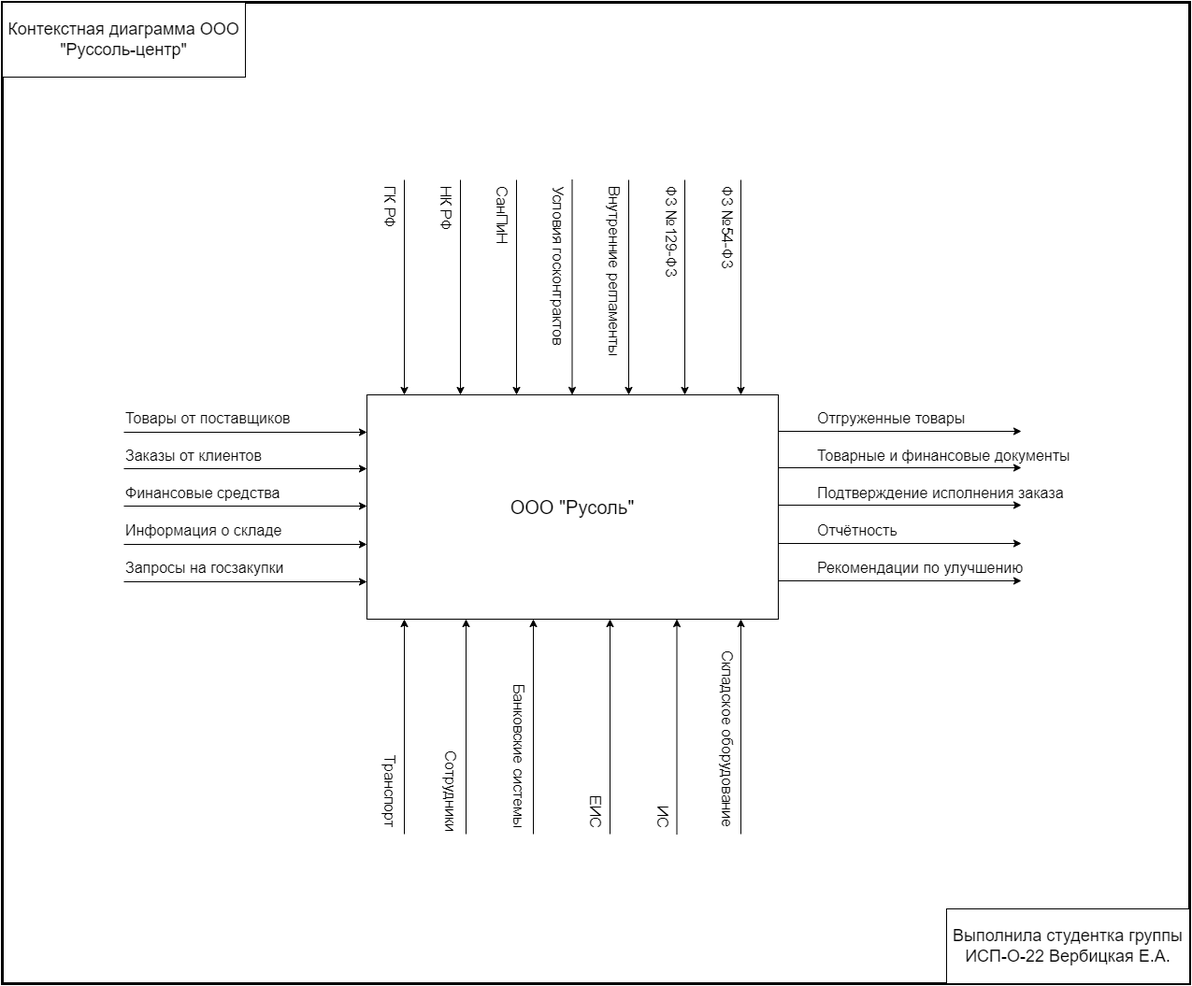
Before: media/диаграммы/Диаграммы  - Русоль-контекстная диаграмма.drawio.png, a diagram exported from draw.io (ColdenI/Diploma-IS-wholesale-of-salt). Source tidied: cells renumbered, new cells last; positions are measured from the earlier drawing's top-left corner, leaving out a move shared by most shapes.
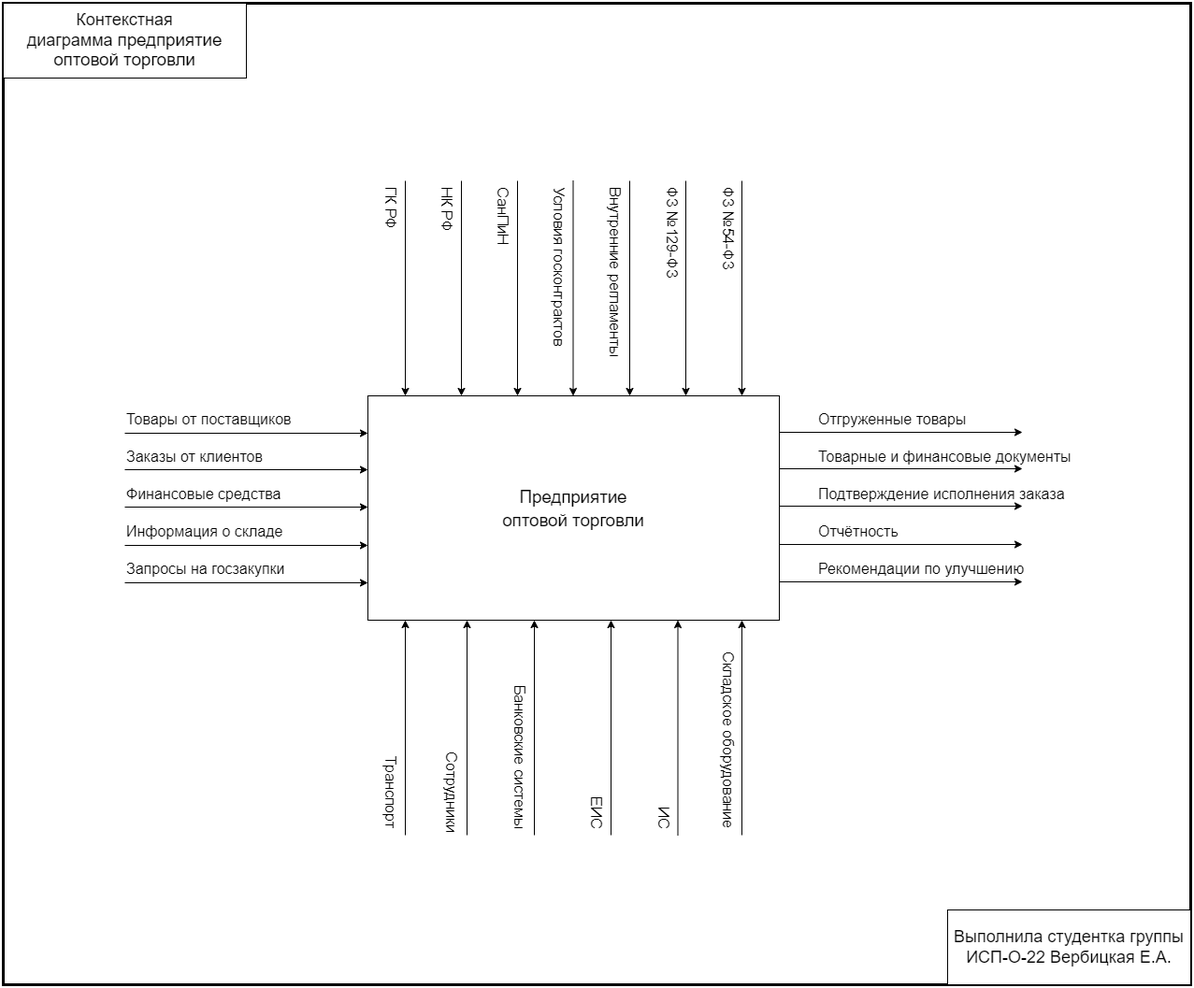
After the commit.

Change to the diagram source:
```diff
@@ -5,7 +5,7 @@
     <mxCell id="2" style="rounded=0;whiteSpace=wrap;html=1;strokeWidth=3;fillColor=none;" parent="1" vertex="1">
       <mxGeometry width="1270" height="1050" as="geometry" />
     </mxCell>
-    <mxCell id="3" value="ООО &quot;Русоль&quot;" style="rounded=0;whiteSpace=wrap;html=1;fontSize=20;" parent="1" vertex="1">
+    <mxCell id="3" value="&lt;span style=&quot;font-size: 18.6667px;&quot;&gt;Предприятие&lt;/span&gt;&lt;br style=&quot;font-size: 18.6667px;&quot;&gt;&lt;span style=&quot;font-size: 18.6667px;&quot;&gt;оптовой торговли&lt;/span&gt;" style="rounded=0;whiteSpace=wrap;html=1;fontSize=20;" parent="1" vertex="1">
       <mxGeometry x="390" y="420" width="440" height="240" as="geometry" />
     </mxCell>
     <mxCell id="4" style="endArrow=classic;html=1;rounded=0;fontSize=16;" parent="1" edge="1">
@@ -215,7 +215,7 @@
         <mxPoint x="730" y="190" as="targetPoint" />
       </mxGeometry>
     </mxCell>
-    <mxCell id="50" value="&lt;span style=&quot;font-family: &amp;quot;YS Text&amp;quot;, &amp;quot;Helvetica Neue&amp;quot;, Helvetica, Arial, sans-serif; font-size: 18px; text-align: left;&quot;&gt;Контекстная диаграмма ООО &quot;Руссоль&lt;/span&gt;&lt;span style=&quot;font-family: &amp;quot;YS Text&amp;quot;, &amp;quot;Helvetica Neue&amp;quot;, Helvetica, Arial, sans-serif; text-align: left;&quot;&gt;-центр&lt;/span&gt;&lt;span style=&quot;font-family: &amp;quot;YS Text&amp;quot;, &amp;quot;Helvetica Neue&amp;quot;, Helvetica, Arial, sans-serif; font-size: 18px; text-align: left;&quot;&gt;&quot;&lt;/span&gt;" style="rounded=0;whiteSpace=wrap;html=1;fontColor=default;labelBackgroundColor=none;fontSize=18;" parent="1" vertex="1">
+    <mxCell id="50" value="&lt;span style=&quot;font-size: 18px; text-align: left;&quot;&gt;Контекстная диаграмма&amp;nbsp;&lt;/span&gt;&lt;span style=&quot;font-size: 14pt; line-height: 106%;&quot;&gt;&lt;font&gt;предприятие&lt;br&gt;оптовой торговли&lt;/font&gt;&lt;/span&gt;" style="rounded=0;whiteSpace=wrap;html=1;fontColor=default;labelBackgroundColor=none;fontSize=18;fontFamily=Helvetica;" parent="1" vertex="1">
       <mxGeometry width="260" height="80" as="geometry" />
     </mxCell>
     <mxCell id="51" value="Выполнила студентка группы ИСП-О-22&amp;nbsp;Вербицкая Е.А." style="rounded=0;whiteSpace=wrap;html=1;fontSize=18;" parent="1" vertex="1">
```
